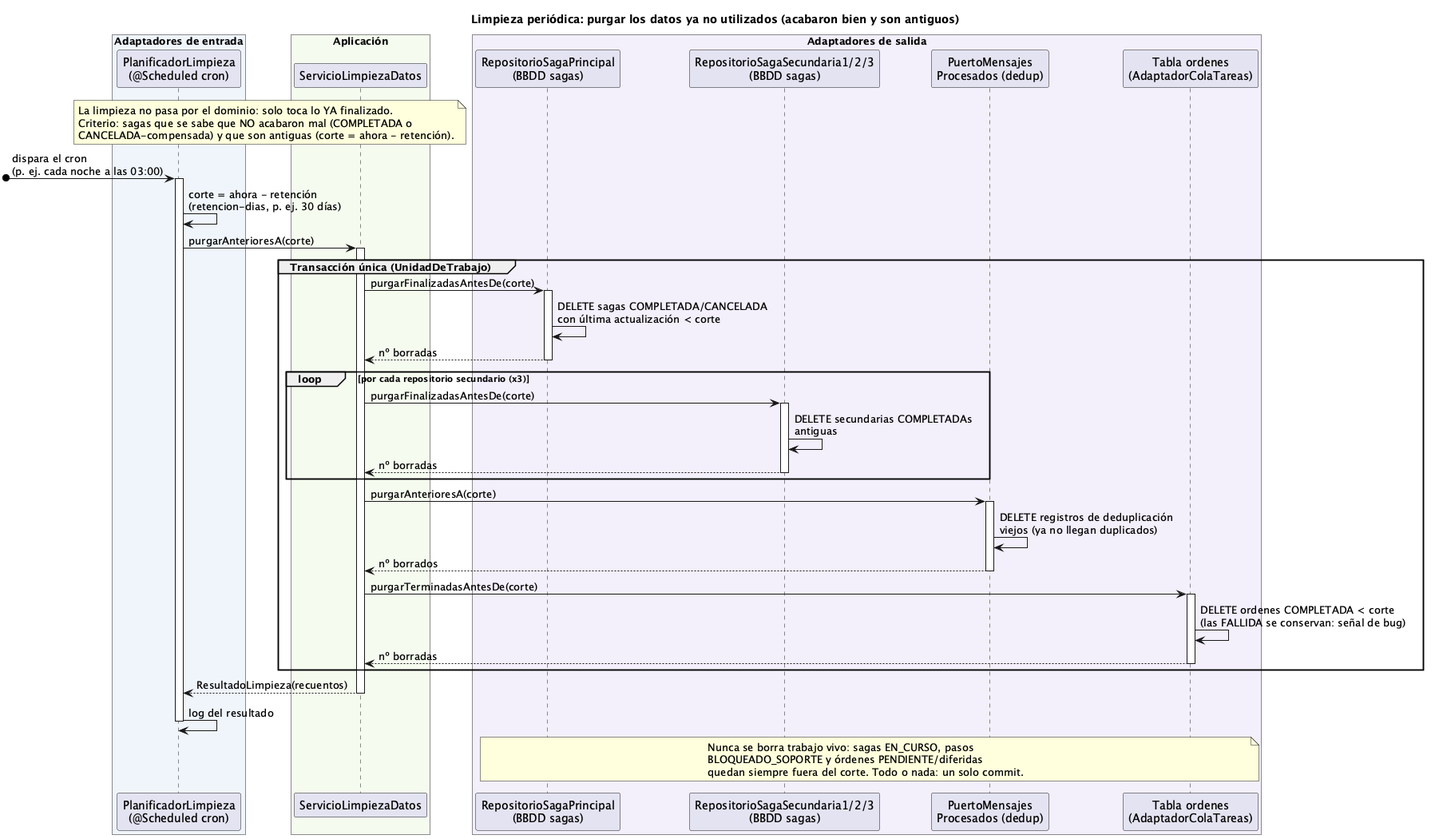
The PlantUML diagram order-manager/docs/09-limpieza-datos.png in ralcazar/patrones, before a commit.
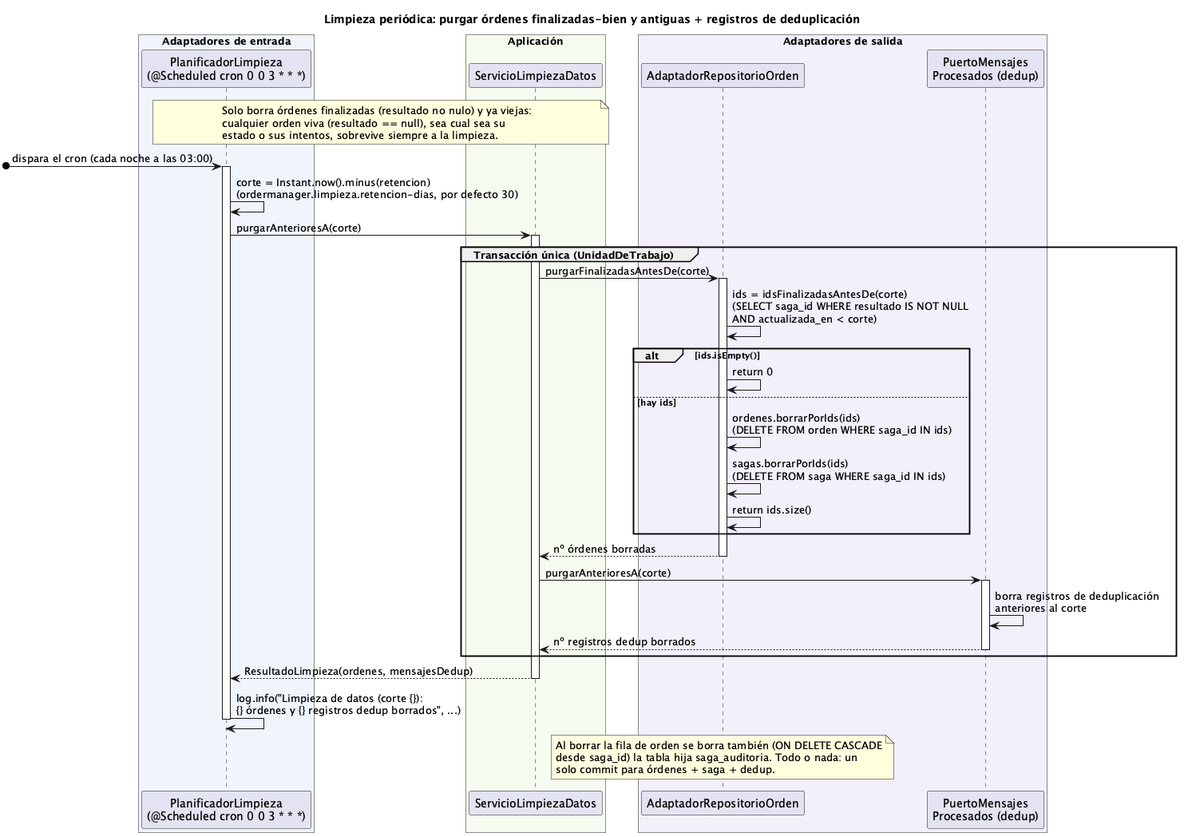
The same diagram one commit later.

The edit, as a diff of the source:
```diff
@@ -1,54 +1,50 @@
 @startuml 09-limpieza-datos
-title Limpieza periódica: purgar los datos ya no utilizados (acabaron bien y son antiguos)
+title Limpieza periódica: purgar órdenes finalizadas-bien y antiguas + registros de deduplicación
 
 box "Adaptadores de entrada" #EFF5FB
-  participant "PlanificadorLimpieza\n(@Scheduled cron)" as PLAN
+  participant "PlanificadorLimpieza\n(@Scheduled cron 0 0 3 * * *)" as PLAN
 end box
 box "Aplicación" #F5FBEF
   participant "ServicioLimpiezaDatos" as LIMP
 end box
 box "Adaptadores de salida" #F3EFFB
-  participant "RepositorioSagaPrincipal\n(BBDD sagas)" as REPO
-  participant "RepositorioSagaSecundaria1/2/3\n(BBDD sagas)" as REPOS
+  participant "AdaptadorRepositorioOrden" as REPO
   participant "PuertoMensajes\nProcesados (dedup)" as DEDUP
-  participant "Tabla ordenes\n(AdaptadorColaTareas)" as ORD
 end box
 
 note over PLAN, LIMP
-  La limpieza no pasa por el dominio: solo toca lo YA finalizado.
-  Criterio: sagas que se sabe que NO acabaron mal (COMPLETADA o
-  CANCELADA-compensada) y que son antiguas (corte = ahora - retención).
+  Solo borra órdenes finalizadas (resultado no nulo) y ya viejas:
+  cualquier orden viva (resultado == null), sea cual sea su
+  estado o sus intentos, sobrevive siempre a la limpieza.
 end note
 
-[o-> PLAN : dispara el cron\n(p. ej. cada noche a las 03:00)
+[o-> PLAN : dispara el cron (cada noche a las 03:00)
 activate PLAN
-PLAN -> PLAN : corte = ahora - retención\n(retencion-dias, p. ej. 30 días)
+PLAN -> PLAN : corte = Instant.now().minus(retencion)\n(ordermanager.limpieza.retencion-dias, por defecto 30)
 PLAN -> LIMP ++ : purgarAnterioresA(corte)
 
 group Transacción única (UnidadDeTrabajo)
   LIMP -> REPO ++ : purgarFinalizadasAntesDe(corte)
-  REPO -> REPO : DELETE sagas COMPLETADA/CANCELADA\ncon última actualización < corte
-  return nº borradas
-  loop por cada repositorio secundario (x3)
-    LIMP -> REPOS ++ : purgarFinalizadasAntesDe(corte)
-    REPOS -> REPOS : DELETE secundarias COMPLETADAs\nantiguas
-    return nº borradas
+  REPO -> REPO : ids = idsFinalizadasAntesDe(corte)\n(SELECT saga_id WHERE resultado IS NOT NULL\nAND actualizada_en < corte)
+  alt ids.isEmpty()
+    REPO -> REPO : return 0
+  else hay ids
+    REPO -> REPO : ordenes.borrarPorIds(ids)\n(DELETE FROM orden WHERE saga_id IN ids)
+    REPO -> REPO : sagas.borrarPorIds(ids)\n(DELETE FROM saga WHERE saga_id IN ids)
+    REPO -> REPO : return ids.size()
   end
+  return nº órdenes borradas
   LIMP -> DEDUP ++ : purgarAnterioresA(corte)
-  DEDUP -> DEDUP : DELETE registros de deduplicación\nviejos (ya no llegan duplicados)
-  return nº borrados
-  LIMP -> ORD ++ : purgarTerminadasAntesDe(corte)
-  ORD -> ORD : DELETE ordenes COMPLETADA < corte\n(las FALLIDA se conservan: señal de bug)
-  return nº borradas
+  DEDUP -> DEDUP : borra registros de deduplicación\nanteriores al corte
+  return nº registros dedup borrados
 end
-
-return ResultadoLimpieza(recuentos)
-PLAN -> PLAN : log del resultado
+return ResultadoLimpieza(ordenes, mensajesDedup)
+PLAN -> PLAN : log.info("Limpieza de datos (corte {}):\n{} órdenes y {} registros dedup borrados", ...)
 deactivate PLAN
 
-note over REPO, ORD
-  Nunca se borra trabajo vivo: sagas EN_CURSO, pasos
-  BLOQUEADO_SOPORTE y órdenes PENDIENTE/diferidas
-  quedan siempre fuera del corte. Todo o nada: un solo commit.
+note over REPO
+  Al borrar la fila de orden se borra también (ON DELETE CASCADE
+  desde saga_id) la tabla hija saga_auditoria. Todo o nada: un
+  solo commit para órdenes + saga + dedup.
 end note
 @enduml
```
